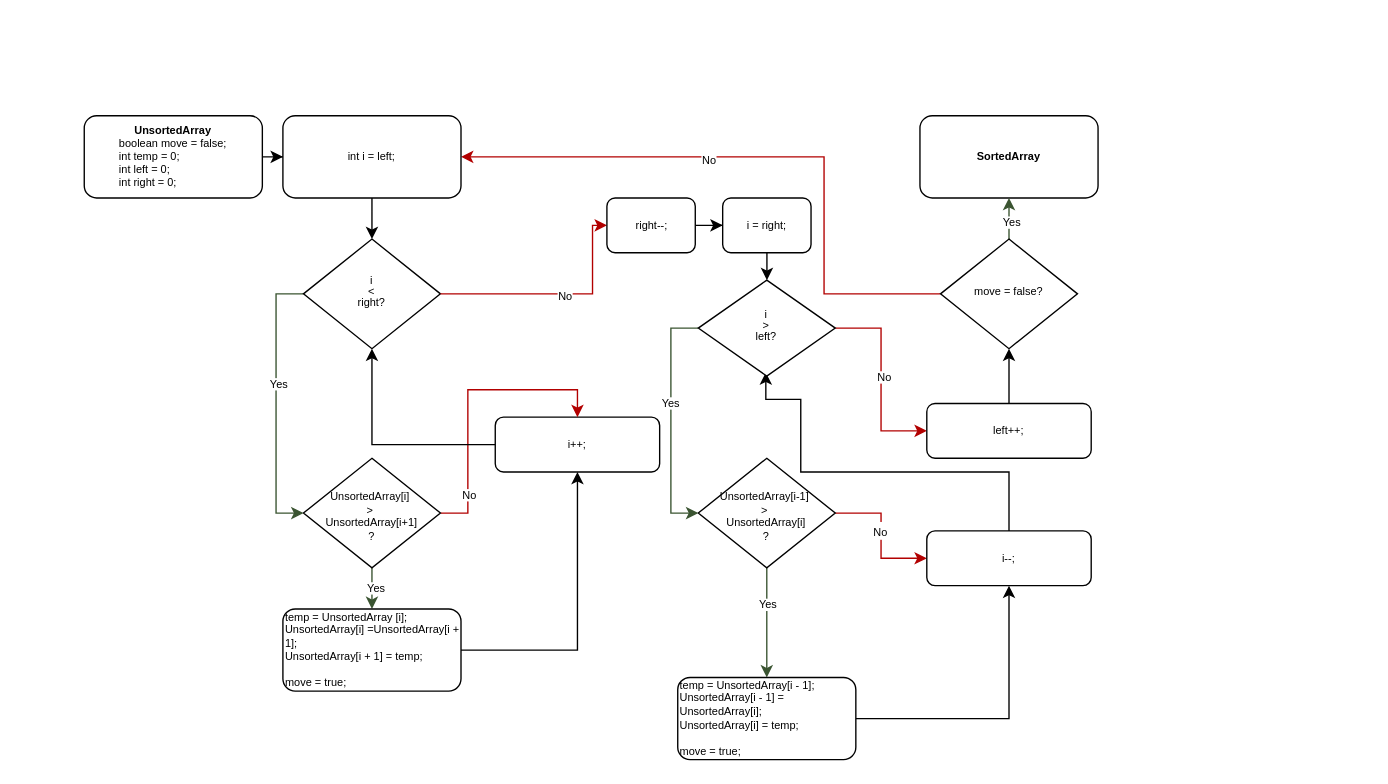
The draw.io diagram src/home_work_2/shaker_sort.drawio in HannaUrbans/ITacademyHomework, before the edit. Source tidied: cells renumbered, new cells numbered last; positions are measured from the earlier drawing's top-left corner, leaving out a move shared by most shapes. Both pictures are drawn from the tidied source at 137%, with x=0, y=0 at pixel (84, 115).
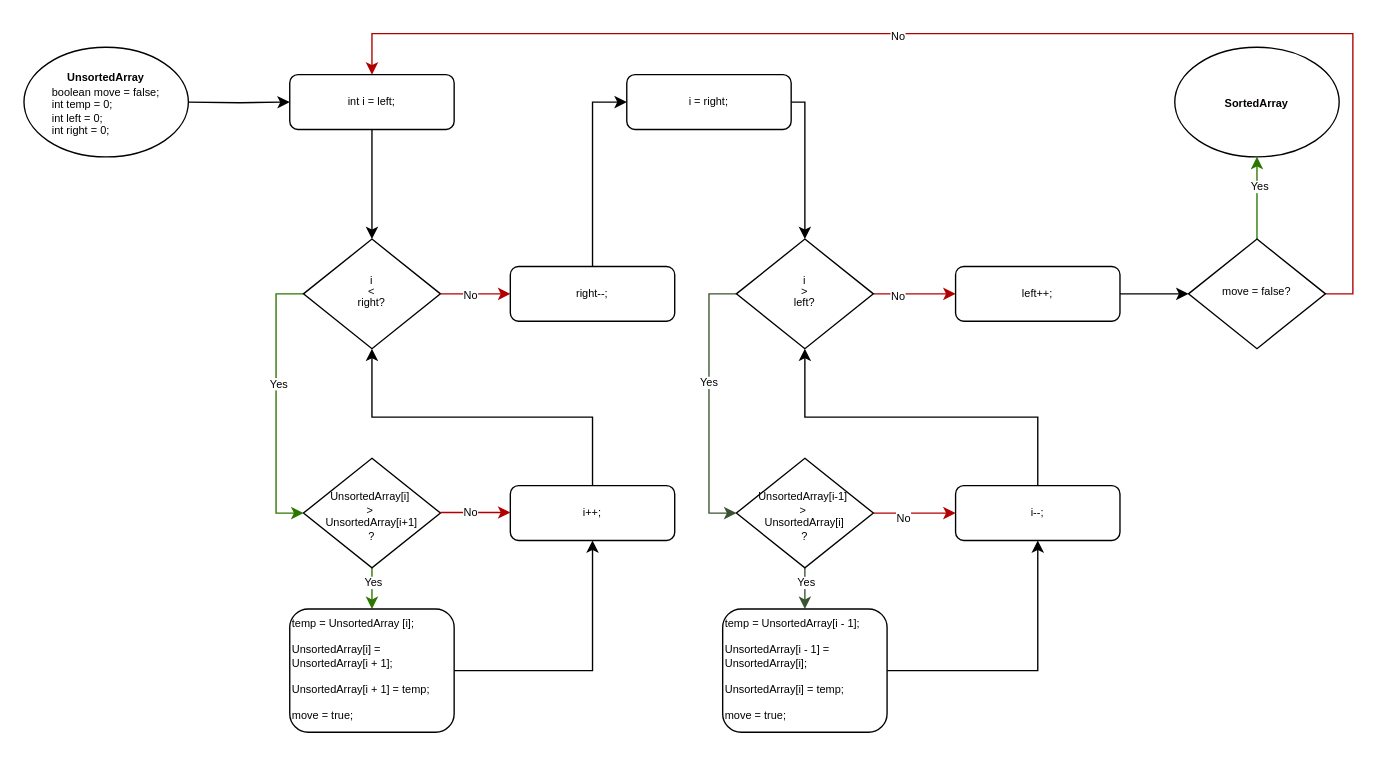
The same diagram, later.

Commit message (it also covers changes not shown here):
shakersort flowchart corrected

Unchanged cells that the change refers to:
```xml
<mxCell id="9" value="&lt;div style=&quot;font-size: 8px;&quot;&gt;&lt;font style=&quot;font-size: 8px;&quot;&gt;&lt;br style=&quot;font-size: 8px;&quot;&gt;&lt;/font&gt;&lt;/div&gt;&lt;font style=&quot;font-size: 8px;&quot;&gt;UnsortedArray[i]&amp;nbsp;&lt;/font&gt;&lt;div style=&quot;font-size: 8px;&quot;&gt;&lt;font style=&quot;font-size: 8px;&quot;&gt;&lt;span class=&quot;hljs-operator&quot; style=&quot;font-size: 8px;&quot;&gt;&amp;gt;&lt;/span&gt;&amp;nbsp;&lt;/font&gt;&lt;div style=&quot;font-size: 8px;&quot;&gt;&lt;font style=&quot;font-size: 8px;&quot;&gt;UnsortedArray[i&lt;span class=&quot;hljs-operator&quot; style=&quot;font-size: 8px;&quot;&gt;+&lt;/span&gt;&lt;span class=&quot;hljs-number&quot; style=&quot;font-size: 8px;&quot;&gt;1&lt;/span&gt;]&lt;/font&gt;&lt;/div&gt;&lt;/div&gt;&lt;div style=&quot;font-size: 8px;&quot;&gt;&lt;font style=&quot;font-size: 8px;&quot;&gt;?&lt;/font&gt;&lt;/div&gt;" style="rhombus;whiteSpace=wrap;html=1;shadow=0;fontFamily=Helvetica;fontSize=8;align=center;strokeWidth=1;spacing=6;spacingTop=-4;" parent="1" vertex="1">
  <mxGeometry x="160" y="250" width="100" height="80" as="geometry" />
</mxCell>
<mxCell id="16" value="&lt;div style=&quot;line-height: 100%; font-size: 8px;&quot;&gt;&lt;div style=&quot;line-height: 100%; font-size: 8px;&quot;&gt;i&lt;/div&gt;&lt;div style=&quot;line-height: 100%; font-size: 8px;&quot;&gt;&amp;nbsp;&amp;lt;&amp;nbsp;&lt;/div&gt;&lt;div style=&quot;text-align: left; line-height: 100%; font-size: 8px;&quot;&gt;&lt;span style=&quot;background-color: initial; font-size: 8px;&quot;&gt;right?&lt;/span&gt;&lt;/div&gt;&lt;/div&gt;" style="rhombus;whiteSpace=wrap;html=1;shadow=0;fontFamily=Helvetica;fontSize=8;align=center;strokeWidth=1;spacing=6;spacingTop=-4;" parent="1" vertex="1">
  <mxGeometry x="160" y="90" width="100" height="80" as="geometry" />
</mxCell>
<mxCell id="17" style="edgeStyle=orthogonalEdgeStyle;rounded=0;jettySize=auto;html=1;fillColor=#6d8764;strokeColor=#3A5431;fontSize=8;" parent="1" edge="1" source="21" target="23">
  <mxGeometry relative="1" as="geometry" />
</mxCell>
<mxCell id="19" style="edgeStyle=orthogonalEdgeStyle;rounded=0;jettySize=auto;html=1;entryX=0;entryY=0.5;entryDx=0;entryDy=0;fillColor=#e51400;strokeColor=#B20000;" parent="1" edge="1" source="21" target="25">
  <mxGeometry relative="1" as="geometry" />
</mxCell>
<mxCell id="36" style="edgeStyle=orthogonalEdgeStyle;rounded=0;jettySize=auto;html=1;entryX=0;entryY=0.5;entryDx=0;entryDy=0;fillColor=#e51400;strokeColor=#B20000;" parent="1" edge="1" source="40" target="42">
  <mxGeometry relative="1" as="geometry" />
</mxCell>
```

What changed in the source:
```diff
@@
-    <mxCell id="2" style="edgeStyle=orthogonalEdgeStyle;rounded=0;jettySize=auto;html=1;fontSize=8;" parent="1" edge="1" source="3" target="33">
-      <mxGeometry relative="1" as="geometry" />
+    <mxCell id="2" style="edgeStyle=orthogonalEdgeStyle;rounded=0;jettySize=auto;html=1;fontSize=8;" parent="1" edge="1" target="33">
+      <mxGeometry relative="1" as="geometry">
+        <mxPoint x="76" y="-10" as="sourcePoint" />
+      </mxGeometry>
     </mxCell>
-    <mxCell id="3" value="&lt;b style=&quot;font-size: 8px;&quot;&gt;UnsortedArray&lt;/b&gt;&lt;div style=&quot;font-size: 8px;&quot;&gt;&lt;div style=&quot;text-align: left; font-size: 8px;&quot;&gt;&lt;font style=&quot;font-size: 8px;&quot;&gt;boolean move = false;&lt;/font&gt;&lt;/div&gt;&lt;div style=&quot;text-align: left; font-size: 8px;&quot;&gt;&lt;font style=&quot;font-size: 8px;&quot;&gt;int temp = 0;&lt;/font&gt;&lt;/div&gt;&lt;div style=&quot;text-align: left; font-size: 8px;&quot;&gt;&lt;font style=&quot;font-size: 8px;&quot;&gt;int left = 0;&lt;/font&gt;&lt;/div&gt;&lt;div style=&quot;text-align: left; font-size: 8px;&quot;&gt;&lt;font style=&quot;font-size: 8px;&quot;&gt;int right = 0;&lt;/font&gt;&lt;/div&gt;&lt;/div&gt;" style="rounded=1;whiteSpace=wrap;html=1;fontSize=8;glass=0;strokeWidth=1;shadow=0;" parent="1" vertex="1">
-      <mxGeometry width="130" height="60" as="geometry" />
-    </mxCell>
     <mxCell id="4" value="i++;" style="rounded=1;whiteSpace=wrap;html=1;fontSize=8;glass=0;strokeWidth=1;shadow=0;" parent="1" vertex="1">
-      <mxGeometry x="300" y="220" width="120" height="40" as="geometry" />
+      <mxGeometry x="311" y="270" width="120" height="40" as="geometry" />
     </mxCell>
-    <mxCell id="5" style="edgeStyle=orthogonalEdgeStyle;rounded=0;jettySize=auto;html=1;fillColor=#6d8764;strokeColor=#3A5431;fontSize=8;" parent="1" edge="1" source="9" target="11">
+    <mxCell id="5" style="edgeStyle=orthogonalEdgeStyle;rounded=0;jettySize=auto;html=1;fillColor=#60a917;strokeColor=#2D7600;fontSize=8;" parent="1" edge="1" source="9" target="11">
       <mxGeometry relative="1" as="geometry" />
     </mxCell>
     <mxCell id="6" value="Yes" style="edgeLabel;html=1;align=center;verticalAlign=middle;fontSize=8;" parent="5" vertex="1">
-      <mxGeometry x="0.34" y="2" relative="1" as="geometry" />
+      <mxGeometry x="0.34" y="2" relative="1" as="geometry">
+        <mxPoint x="-2" y="-4" as="offset" />
+      </mxGeometry>
     </mxCell>
-    <mxCell id="7" style="edgeStyle=orthogonalEdgeStyle;rounded=0;jettySize=auto;html=1;entryX=0.5;entryY=0;entryDx=0;entryDy=0;fillColor=#e51400;strokeColor=#B20000;fontSize=8;" parent="1" edge="1" source="9" target="4">
-      <mxGeometry relative="1" as="geometry" />
-    </mxCell>
-    <mxCell id="8" value="No" style="edgeLabel;html=1;align=center;verticalAlign=middle;fontSize=8;" parent="7" vertex="1">
-      <mxGeometry x="-0.68" relative="1" as="geometry" />
-    </mxCell>
@@
-    <mxCell id="11" value="&lt;font style=&quot;font-size: 8px;&quot;&gt;temp = UnsortedArray [i];&lt;br style=&quot;font-size: 8px;&quot;&gt;UnsortedArray[i] =UnsortedArray[i + 1];&lt;br style=&quot;font-size: 8px;&quot;&gt;UnsortedArray[i + 1] = temp&lt;span style=&quot;background-color: initial; font-size: 8px;&quot;&gt;;&lt;/span&gt;&lt;/font&gt;&lt;div style=&quot;font-size: 8px;&quot;&gt;&lt;span style=&quot;font-size: 8px;&quot;&gt;&lt;br style=&quot;font-size: 8px;&quot;&gt;&lt;/span&gt;&lt;div style=&quot;font-size: 8px;&quot;&gt;&lt;font style=&quot;font-size: 8px;&quot;&gt;                move = true;   &lt;/font&gt;&lt;/div&gt;&lt;/div&gt;" style="rounded=1;whiteSpace=wrap;html=1;fontSize=8;glass=0;strokeWidth=1;shadow=0;align=left;" parent="1" vertex="1">
-      <mxGeometry x="145" y="360" width="130" height="60" as="geometry" />
+    <mxCell id="11" value="&lt;font style=&quot;font-size: 8px;&quot;&gt;temp = UnsortedArray [i];&lt;/font&gt;&lt;div&gt;&lt;font style=&quot;font-size: 8px;&quot;&gt;&lt;br style=&quot;font-size: 8px;&quot;&gt;UnsortedArray[i] = UnsortedArray[i + 1];&lt;/font&gt;&lt;/div&gt;&lt;div&gt;&lt;font style=&quot;font-size: 8px;&quot;&gt;&lt;br style=&quot;font-size: 8px;&quot;&gt;UnsortedArray[i + 1] = temp&lt;span style=&quot;background-color: initial; font-size: 8px;&quot;&gt;;&lt;/span&gt;&lt;/font&gt;&lt;div style=&quot;font-size: 8px;&quot;&gt;&lt;span style=&quot;font-size: 8px;&quot;&gt;&lt;br style=&quot;font-size: 8px;&quot;&gt;&lt;/span&gt;&lt;div style=&quot;font-size: 8px;&quot;&gt;&lt;font style=&quot;font-size: 8px;&quot;&gt;                move = true;   &lt;/font&gt;&lt;/div&gt;&lt;/div&gt;&lt;/div&gt;" style="rounded=1;whiteSpace=wrap;html=1;fontSize=8;glass=0;strokeWidth=1;shadow=0;align=left;" parent="1" vertex="1">
+      <mxGeometry x="150" y="360" width="120" height="90" as="geometry" />
     </mxCell>
@@
-    <mxCell id="13" value="&lt;b style=&quot;font-size: 8px;&quot;&gt;SortedArray&lt;/b&gt;" style="rounded=1;whiteSpace=wrap;html=1;fontSize=8;glass=0;strokeWidth=1;shadow=0;" parent="1" vertex="1">
-      <mxGeometry x="610" width="130" height="60" as="geometry" />
-    </mxCell>
-    <mxCell id="14" style="edgeStyle=orthogonalEdgeStyle;rounded=0;jettySize=auto;html=1;exitX=0;exitY=0.5;exitDx=0;exitDy=0;entryX=0;entryY=0.5;entryDx=0;entryDy=0;fillColor=#6d8764;strokeColor=#3A5431;fontSize=8;" parent="1" edge="1" source="16" target="9">
+    <mxCell id="14" style="edgeStyle=orthogonalEdgeStyle;rounded=0;jettySize=auto;html=1;exitX=0;exitY=0.5;exitDx=0;exitDy=0;entryX=0;entryY=0.5;entryDx=0;entryDy=0;fillColor=#60a917;strokeColor=#2D7600;fontSize=8;" parent="1" edge="1" source="16" target="9">
       <mxGeometry relative="1" as="geometry" />
     </mxCell>
@@
     <mxCell id="18" value="Yes" style="edgeLabel;html=1;align=center;verticalAlign=middle;fontSize=8;" parent="17" vertex="1">
       <mxGeometry x="-0.69" relative="1" as="geometry">
-        <mxPoint y="14" as="offset" />
+        <mxPoint y="2" as="offset" />
       </mxGeometry>
     </mxCell>
@@
     <mxCell id="20" value="&lt;font style=&quot;font-size: 8px;&quot;&gt;No&lt;/font&gt;" style="edgeLabel;html=1;align=center;verticalAlign=middle;" parent="19" vertex="1">
-      <mxGeometry x="-0.08" y="-1" relative="1" as="geometry" />
+      <mxGeometry x="-0.08" y="-1" relative="1" as="geometry">
+        <mxPoint x="-7" y="1" as="offset" />
+      </mxGeometry>
     </mxCell>
     <mxCell id="21" value="&lt;div style=&quot;font-size: 8px;&quot;&gt;&lt;font style=&quot;font-size: 8px;&quot;&gt;&lt;br style=&quot;font-size: 8px;&quot;&gt;&lt;/font&gt;&lt;/div&gt;&lt;font style=&quot;font-size: 8px;&quot;&gt;UnsortedArray[i-1]&amp;nbsp;&lt;/font&gt;&lt;div style=&quot;font-size: 8px;&quot;&gt;&lt;font style=&quot;font-size: 8px;&quot;&gt;&lt;span class=&quot;hljs-operator&quot; style=&quot;font-size: 8px;&quot;&gt;&amp;gt;&lt;/span&gt;&amp;nbsp;&lt;/font&gt;&lt;div style=&quot;font-size: 8px;&quot;&gt;&lt;font style=&quot;font-size: 8px;&quot;&gt;UnsortedArray[i]&lt;br style=&quot;font-size: 8px;&quot;&gt;?&lt;/font&gt;&lt;/div&gt;&lt;/div&gt;" style="rhombus;whiteSpace=wrap;html=1;shadow=0;fontFamily=Helvetica;fontSize=8;align=center;strokeWidth=1;spacing=6;spacingTop=-4;" parent="1" vertex="1">
-      <mxGeometry x="448.2" y="250" width="100" height="80" as="geometry" />
+      <mxGeometry x="476" y="250" width="100" height="80" as="geometry" />
     </mxCell>
@@
-    <mxCell id="23" value="&lt;font style=&quot;font-size: 8px;&quot;&gt;temp = UnsortedArray&lt;span class=&quot;hljs-selector-attr&quot; style=&quot;font-size: 8px;&quot;&gt;[i - 1]&lt;/span&gt;;&lt;br style=&quot;font-size: 8px;&quot;&gt;UnsortedArray&lt;span class=&quot;hljs-selector-attr&quot; style=&quot;font-size: 8px;&quot;&gt;[i - 1]&lt;/span&gt; = UnsortedArray&lt;span class=&quot;hljs-selector-attr&quot; style=&quot;font-size: 8px;&quot;&gt;[i]&lt;/span&gt;;&lt;br style=&quot;font-size: 8px;&quot;&gt;UnsortedArray&lt;span class=&quot;hljs-selector-attr&quot; style=&quot;font-size: 8px;&quot;&gt;[i]&lt;/span&gt; = temp;&lt;/font&gt;&lt;div style=&quot;font-size: 8px;&quot;&gt;&lt;font style=&quot;font-size: 8px;&quot;&gt;&lt;br style=&quot;font-size: 8px;&quot;&gt;move = true;&lt;/font&gt;&lt;/div&gt;" style="rounded=1;whiteSpace=wrap;html=1;fontSize=8;glass=0;strokeWidth=1;shadow=0;align=left;" parent="1" vertex="1">
-      <mxGeometry x="433.2" y="410" width="130" height="60" as="geometry" />
+    <mxCell id="23" value="&lt;font style=&quot;font-size: 8px;&quot;&gt;temp = UnsortedArray&lt;span class=&quot;hljs-selector-attr&quot; style=&quot;font-size: 8px;&quot;&gt;[i - 1]&lt;/span&gt;;&lt;/font&gt;&lt;div&gt;&lt;font style=&quot;font-size: 8px;&quot;&gt;&lt;br style=&quot;font-size: 8px;&quot;&gt;UnsortedArray&lt;span class=&quot;hljs-selector-attr&quot; style=&quot;font-size: 8px;&quot;&gt;[i - 1]&lt;/span&gt; = UnsortedArray&lt;span class=&quot;hljs-selector-attr&quot; style=&quot;font-size: 8px;&quot;&gt;[i]&lt;/span&gt;;&lt;/font&gt;&lt;/div&gt;&lt;div&gt;&lt;font style=&quot;font-size: 8px;&quot;&gt;&lt;br style=&quot;font-size: 8px;&quot;&gt;UnsortedArray&lt;span class=&quot;hljs-selector-attr&quot; style=&quot;font-size: 8px;&quot;&gt;[i]&lt;/span&gt; = temp;&lt;/font&gt;&lt;div style=&quot;font-size: 8px;&quot;&gt;&lt;font style=&quot;font-size: 8px;&quot;&gt;&lt;br style=&quot;font-size: 8px;&quot;&gt;move = true;&lt;/font&gt;&lt;/div&gt;&lt;/div&gt;" style="rounded=1;whiteSpace=wrap;html=1;fontSize=8;glass=0;strokeWidth=1;shadow=0;align=left;" parent="1" vertex="1">
+      <mxGeometry x="466" y="360" width="120" height="90" as="geometry" />
     </mxCell>
-    <mxCell id="24" style="edgeStyle=orthogonalEdgeStyle;rounded=0;jettySize=auto;html=1;entryX=0.493;entryY=0.962;entryDx=0;entryDy=0;entryPerimeter=0;" parent="1" edge="1" source="25" target="40">
-      <mxGeometry relative="1" as="geometry">
-        <Array as="points">
-          <mxPoint x="675" y="260" />
-          <mxPoint x="523" y="260" />
-          <mxPoint x="523" y="207" />
-        </Array>
-      </mxGeometry>
-    </mxCell>
     <mxCell id="25" value="i--;" style="rounded=1;whiteSpace=wrap;html=1;fontSize=8;glass=0;strokeWidth=1;shadow=0;" parent="1" vertex="1">
-      <mxGeometry x="615" y="303" width="120" height="40" as="geometry" />
+      <mxGeometry x="636" y="270" width="120" height="40" as="geometry" />
     </mxCell>
-    <mxCell id="26" style="edgeStyle=orthogonalEdgeStyle;rounded=0;jettySize=auto;html=1;fontSize=8;fillColor=#6d8764;strokeColor=#3A5431;" parent="1" edge="1" source="30" target="13">
+    <mxCell id="26" style="edgeStyle=orthogonalEdgeStyle;rounded=0;jettySize=auto;html=1;fontSize=8;fillColor=#60a917;strokeColor=#2D7600;entryX=0.5;entryY=1;entryDx=0;entryDy=0;" parent="1" edge="1" source="30" target="13">
       <mxGeometry relative="1" as="geometry" />
     </mxCell>
@@
-    <mxCell id="28" style="edgeStyle=orthogonalEdgeStyle;rounded=0;jettySize=auto;html=1;entryX=1;entryY=0.5;entryDx=0;entryDy=0;fillColor=#e51400;strokeColor=#B20000;" parent="1" edge="1" source="30" target="33">
+    <mxCell id="28" style="edgeStyle=orthogonalEdgeStyle;rounded=0;jettySize=auto;html=1;entryX=0.5;entryY=0;entryDx=0;entryDy=0;fillColor=#e51400;strokeColor=#B20000;exitX=1;exitY=0.5;exitDx=0;exitDy=0;" parent="1" edge="1" source="30" target="33">
       <mxGeometry relative="1" as="geometry">
         <Array as="points">
-          <mxPoint x="540" y="130" />
-          <mxPoint x="540" y="30" />
+          <mxPoint x="926" y="130" />
+          <mxPoint x="926" y="-60" />
+          <mxPoint x="210" y="-60" />
         </Array>
       </mxGeometry>
     </mxCell>
-    <mxCell id="29" value="&lt;font style=&quot;font-size: 8px;&quot;&gt;No&lt;/font&gt;" style="edgeLabel;html=1;align=center;verticalAlign=middle;" parent="28" vertex="1">
-      <mxGeometry x="0.2" y="1" relative="1" as="geometry" />
-    </mxCell>
+    <mxCell id="47" value="&lt;font style=&quot;font-size: 8px;&quot;&gt;No&lt;/font&gt;" style="edgeLabel;html=1;align=center;verticalAlign=middle;" parent="28" vertex="1">
+      <mxGeometry x="-0.05" y="4" relative="1" as="geometry">
+        <mxPoint x="-89" y="-4" as="offset" />
+      </mxGeometry>
+    </mxCell>
     <mxCell id="30" value="&lt;div style=&quot;line-height: 100%; font-size: 8px;&quot;&gt;&lt;div style=&quot;font-size: 8px; line-height: 100%;&quot;&gt;move = false?&lt;br style=&quot;font-size: 8px;&quot;&gt;&lt;/div&gt;&lt;/div&gt;" style="rhombus;whiteSpace=wrap;html=1;shadow=0;fontFamily=Helvetica;fontSize=8;align=center;strokeWidth=1;spacing=6;spacingTop=-4;" parent="1" vertex="1">
-      <mxGeometry x="625" y="90" width="100" height="80" as="geometry" />
+      <mxGeometry x="806" y="90" width="100" height="80" as="geometry" />
     </mxCell>
-    <mxCell id="31" style="edgeStyle=orthogonalEdgeStyle;rounded=0;jettySize=auto;html=1;entryX=0.5;entryY=1;entryDx=0;entryDy=0;fontSize=8;" parent="1" edge="1" source="4" target="16">
+    <mxCell id="31" style="edgeStyle=orthogonalEdgeStyle;rounded=0;jettySize=auto;html=1;entryX=0.5;entryY=1;entryDx=0;entryDy=0;fontSize=8;exitX=0.5;exitY=0;exitDx=0;exitDy=0;" parent="1" edge="1" source="4" target="16">
       <mxGeometry relative="1" as="geometry" />
     </mxCell>
@@
     <mxCell id="33" value="&lt;div style=&quot;font-size: 8px;&quot;&gt;&lt;div style=&quot;text-align: left; font-size: 8px;&quot;&gt;&lt;font style=&quot;font-size: 8px;&quot;&gt;int i = left;&lt;/font&gt;&lt;/div&gt;&lt;/div&gt;" style="rounded=1;whiteSpace=wrap;html=1;fontSize=8;glass=0;strokeWidth=1;shadow=0;" parent="1" vertex="1">
-      <mxGeometry x="145" width="130" height="60" as="geometry" />
+      <mxGeometry x="150" y="-30" width="120" height="40" as="geometry" />
     </mxCell>
     <mxCell id="34" style="edgeStyle=orthogonalEdgeStyle;rounded=0;jettySize=auto;html=1;fillColor=#e51400;strokeColor=#B20000;fontSize=8;entryX=0;entryY=0.5;entryDx=0;entryDy=0;" parent="1" edge="1" source="16" target="46">
       <mxGeometry relative="1" as="geometry">
         <Array as="points">
-          <mxPoint x="371" y="130" />
-          <mxPoint x="371" y="80" />
+          <mxPoint x="286" y="130" />
+          <mxPoint x="286" y="130" />
         </Array>
       </mxGeometry>
     </mxCell>
     <mxCell id="35" value="No" style="edgeLabel;html=1;align=center;verticalAlign=middle;fontSize=8;" parent="34" vertex="1">
-      <mxGeometry x="0.05" y="-1" relative="1" as="geometry" />
+      <mxGeometry x="0.05" y="-1" relative="1" as="geometry">
+        <mxPoint x="-6" y="-1" as="offset" />
+      </mxGeometry>
     </mxCell>
@@
-    <mxCell id="37" value="No" style="edgeLabel;html=1;align=center;verticalAlign=middle;fontSize=8;" parent="36" vertex="1">
-      <mxGeometry x="-0.02" y="2" relative="1" as="geometry" />
-    </mxCell>
+    <mxCell id="48" value="&lt;font style=&quot;font-size: 8px;&quot;&gt;No&lt;/font&gt;" style="edgeLabel;html=1;align=center;verticalAlign=middle;" parent="36" vertex="1">
+      <mxGeometry x="-0.68" relative="1" as="geometry">
+        <mxPoint x="7" as="offset" />
+      </mxGeometry>
+    </mxCell>
@@
     <mxCell id="40" value="&lt;div style=&quot;line-height: 100%; font-size: 8px;&quot;&gt;&lt;div style=&quot;line-height: 100%; font-size: 8px;&quot;&gt;i&lt;/div&gt;&lt;div style=&quot;line-height: 100%; font-size: 8px;&quot;&gt;&amp;nbsp;&amp;gt;&amp;nbsp;&lt;/div&gt;&lt;div style=&quot;text-align: left; line-height: 100%; font-size: 8px;&quot;&gt;&lt;span style=&quot;background-color: initial; font-size: 8px;&quot;&gt;left?&lt;/span&gt;&lt;/div&gt;&lt;/div&gt;" style="rhombus;whiteSpace=wrap;html=1;shadow=0;fontFamily=Helvetica;fontSize=8;align=center;strokeWidth=1;spacing=6;spacingTop=-4;" parent="1" vertex="1">
-      <mxGeometry x="448.2" y="120" width="100" height="70" as="geometry" />
+      <mxGeometry x="476" y="90" width="100" height="80" as="geometry" />
     </mxCell>
-    <mxCell id="41" style="edgeStyle=orthogonalEdgeStyle;rounded=0;jettySize=auto;html=1;" parent="1" edge="1" source="42" target="30">
-      <mxGeometry relative="1" as="geometry" />
-    </mxCell>
-    <mxCell id="42" value="left++;" style="rounded=1;whiteSpace=wrap;html=1;fontSize=8;glass=0;strokeWidth=1;shadow=0;" parent="1" vertex="1">
-      <mxGeometry x="615" y="210" width="120" height="40" as="geometry" />
-    </mxCell>
-    <mxCell id="43" style="edgeStyle=orthogonalEdgeStyle;rounded=0;jettySize=auto;html=1;" parent="1" edge="1" source="44" target="40">
-      <mxGeometry relative="1" as="geometry" />
+    <mxCell id="43" style="edgeStyle=orthogonalEdgeStyle;rounded=0;jettySize=auto;html=1;exitX=1;exitY=0.5;exitDx=0;exitDy=0;entryX=0.5;entryY=0;entryDx=0;entryDy=0;" parent="1" edge="1" source="44" target="40">
+      <mxGeometry relative="1" as="geometry">
+        <Array as="points">
+          <mxPoint x="526" y="-10" />
+        </Array>
+      </mxGeometry>
     </mxCell>
     <mxCell id="44" value="&lt;div style=&quot;font-size: 8px;&quot;&gt;&lt;div style=&quot;font-size: 8px;&quot;&gt;i = right;&lt;/div&gt;&lt;/div&gt;" style="rounded=1;whiteSpace=wrap;html=1;fontSize=8;glass=0;strokeWidth=1;shadow=0;align=center;" parent="1" vertex="1">
-      <mxGeometry x="466" y="60" width="64.5" height="40" as="geometry" />
+      <mxGeometry x="396" y="-30" width="120" height="40" as="geometry" />
     </mxCell>
-    <mxCell id="45" style="edgeStyle=orthogonalEdgeStyle;rounded=0;jettySize=auto;html=1;" parent="1" edge="1" source="46" target="44">
+    <mxCell id="45" style="edgeStyle=orthogonalEdgeStyle;rounded=0;jettySize=auto;html=1;entryX=0;entryY=0.5;entryDx=0;entryDy=0;" parent="1" edge="1" source="46" target="44">
       <mxGeometry relative="1" as="geometry" />
     </mxCell>
     <mxCell id="46" value="&lt;div style=&quot;font-size: 8px;&quot;&gt;&lt;div style=&quot;font-size: 8px;&quot;&gt;&lt;span style=&quot;&quot;&gt;right--;&lt;/span&gt;&lt;br&gt;&lt;/div&gt;&lt;/div&gt;" style="rounded=1;whiteSpace=wrap;html=1;fontSize=8;glass=0;strokeWidth=1;shadow=0;align=center;" parent="1" vertex="1">
-      <mxGeometry x="381.5" y="60" width="64.5" height="40" as="geometry" />
+      <mxGeometry x="311" y="110" width="120" height="40" as="geometry" />
     </mxCell>
+    <mxCell id="41" style="edgeStyle=orthogonalEdgeStyle;rounded=0;jettySize=auto;html=1;entryX=0;entryY=0.5;entryDx=0;entryDy=0;" parent="1" edge="1" source="42" target="30">
+      <mxGeometry relative="1" as="geometry" />
+    </mxCell>
+    <mxCell id="42" value="left++;" style="rounded=1;whiteSpace=wrap;html=1;fontSize=8;glass=0;strokeWidth=1;shadow=0;" parent="1" vertex="1">
+      <mxGeometry x="636" y="110" width="120" height="40" as="geometry" />
+    </mxCell>
+    <mxCell id="24" style="edgeStyle=orthogonalEdgeStyle;rounded=0;jettySize=auto;html=1;entryX=0.5;entryY=1;entryDx=0;entryDy=0;exitX=0.5;exitY=0;exitDx=0;exitDy=0;" parent="1" edge="1" source="25" target="40">
+      <mxGeometry relative="1" as="geometry">
+        <Array as="points">
+          <mxPoint x="696" y="220" />
+          <mxPoint x="526" y="220" />
+        </Array>
+      </mxGeometry>
+    </mxCell>
+    <mxCell id="13" value="&lt;div style=&quot;text-align: start;&quot;&gt;&lt;span style=&quot;background-color: initial; text-wrap: nowrap;&quot;&gt;&lt;font face=&quot;Helvetica&quot; style=&quot;font-size: 8px;&quot; color=&quot;#050000&quot;&gt;&lt;b&gt;SortedArray&lt;/b&gt;&lt;/font&gt;&lt;/span&gt;&lt;/div&gt;" style="ellipse;whiteSpace=wrap;html=1;" parent="1" vertex="1">
+      <mxGeometry x="796" y="-50" width="120" height="80" as="geometry" />
+    </mxCell>
+    <mxCell id="3" value="&lt;b style=&quot;font-size: 8px;&quot;&gt;UnsortedArray&lt;/b&gt;&lt;div style=&quot;font-size: 8px;&quot;&gt;&lt;div style=&quot;text-align: left;&quot;&gt;boolean move = false;&lt;/div&gt;&lt;div style=&quot;text-align: left;&quot;&gt;int temp = 0;&lt;/div&gt;&lt;div style=&quot;text-align: left;&quot;&gt;int left = 0;&lt;/div&gt;&lt;div style=&quot;text-align: left;&quot;&gt;int right = 0;&lt;/div&gt;&lt;/div&gt;" style="ellipse;whiteSpace=wrap;html=1;" parent="1" vertex="1">
+      <mxGeometry x="-44" y="-50" width="120" height="80" as="geometry" />
+    </mxCell>
+    <mxCell id="49" style="edgeStyle=orthogonalEdgeStyle;rounded=0;orthogonalLoop=1;jettySize=auto;html=1;fillColor=#e51400;strokeColor=#B20000;fontSize=8;entryX=0;entryY=0.5;entryDx=0;entryDy=0;" parent="1" edge="1">
+      <mxGeometry relative="1" as="geometry">
+        <mxPoint x="260" y="289.6" as="sourcePoint" />
+        <mxPoint x="311" y="289.6" as="targetPoint" />
+        <Array as="points">
+          <mxPoint x="286" y="289.6" />
+          <mxPoint x="286" y="289.6" />
+        </Array>
+      </mxGeometry>
+    </mxCell>
+    <mxCell id="50" value="No" style="edgeLabel;html=1;align=center;verticalAlign=middle;fontSize=8;" parent="49" vertex="1">
+      <mxGeometry x="0.05" y="-1" relative="1" as="geometry">
+        <mxPoint x="-6" y="-1" as="offset" />
+      </mxGeometry>
+    </mxCell>
```
